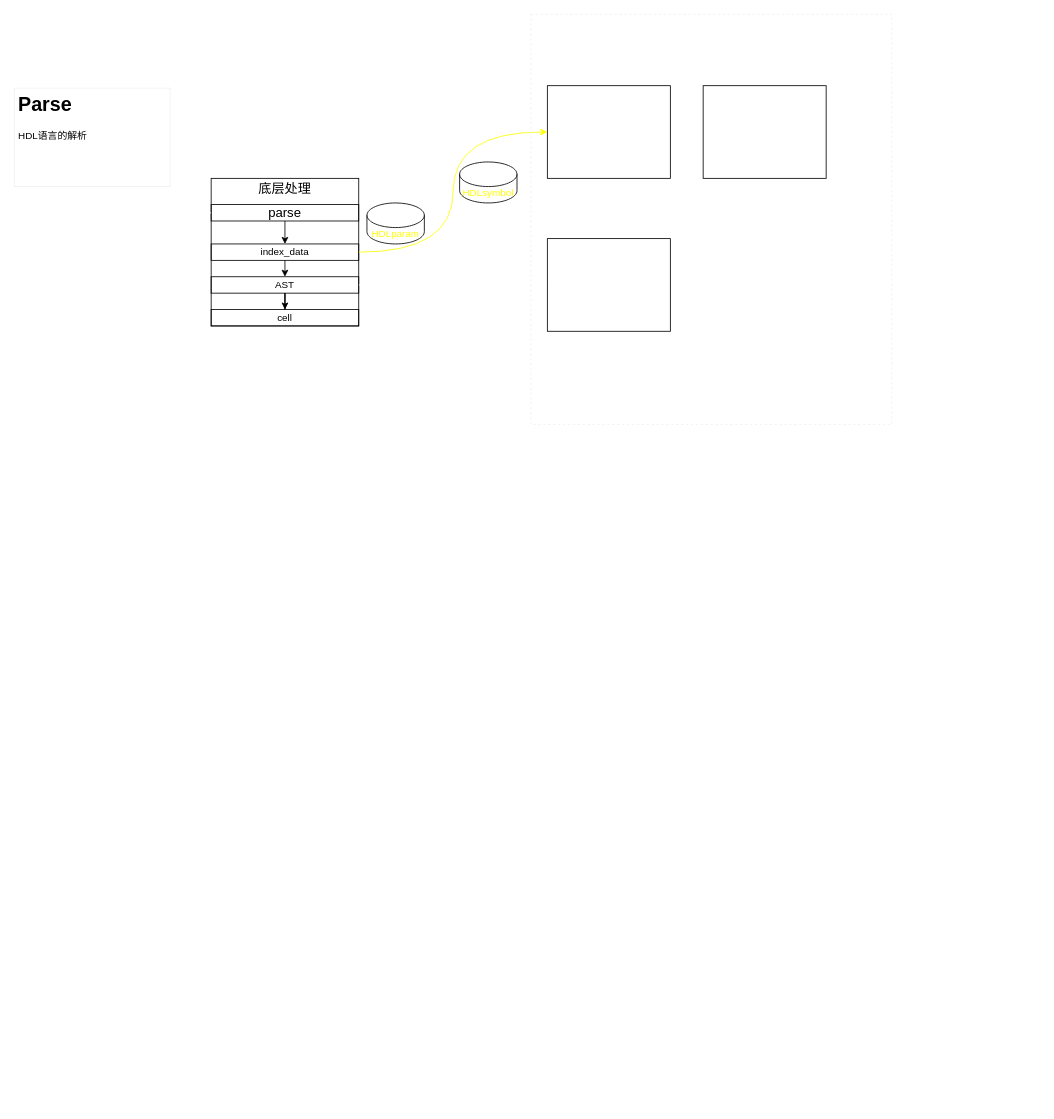
This is page "理想框架" (2 of 2) of system.drawio from Nitcloud/Digital-IDE, a draw.io file, before an edit. Source tidied: cells renumbered, new cells numbered last; positions are measured from the earlier drawing's top-left corner, leaving out a move shared by most shapes. Both pictures are drawn from the tidied source at 82%, with x=0, y=0 at pixel (14, 14).
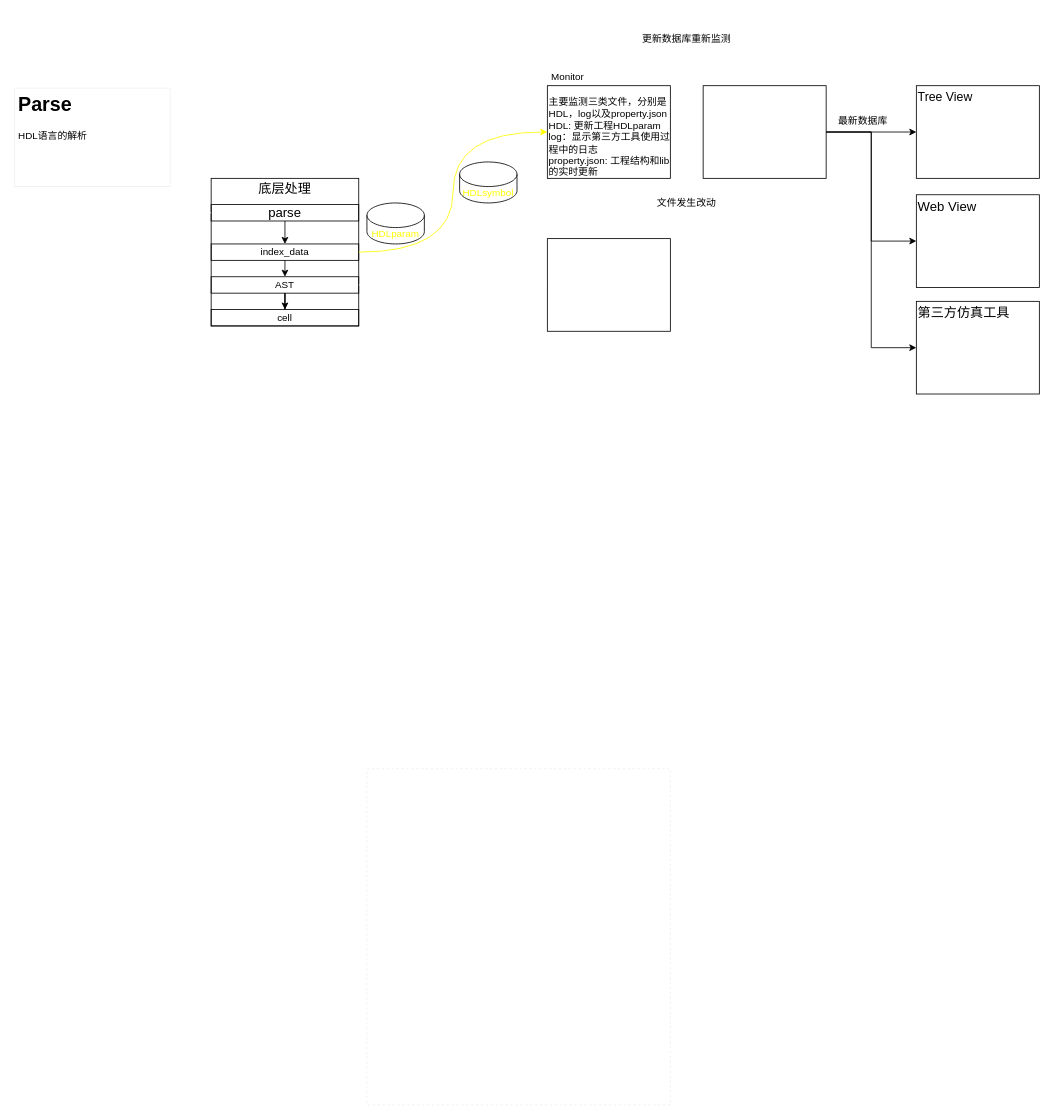
The same diagram, later.

The change refers to these unchanged cells:
```xml
<mxCell id="21" style="rounded=0;whiteSpace=wrap;html=1;fillColor=none;" parent="1" vertex="1">
  <mxGeometry x="840" y="87" width="150" height="113" as="geometry" />
</mxCell>
```

Diff of the diagram source:
```diff
@@
+    <mxCell id="24" style="edgeStyle=orthogonalEdgeStyle;rounded=0;jettySize=auto;html=1;exitX=1;exitY=0.5;exitDx=0;exitDy=0;" parent="1" edge="1" source="21" target="31">
+      <mxGeometry relative="1" as="geometry" />
+    </mxCell>
+    <mxCell id="25" style="edgeStyle=orthogonalEdgeStyle;rounded=0;jettySize=auto;html=1;exitX=1;exitY=0.5;exitDx=0;exitDy=0;entryX=0;entryY=0.5;entryDx=0;entryDy=0;" parent="1" edge="1" source="21" target="33">
+      <mxGeometry relative="1" as="geometry" />
+    </mxCell>
+    <mxCell id="26" style="edgeStyle=orthogonalEdgeStyle;rounded=0;jettySize=auto;html=1;exitX=1;exitY=0.5;exitDx=0;exitDy=0;entryX=0;entryY=0.5;entryDx=0;entryDy=0;" parent="1" edge="1" source="21" target="34">
+      <mxGeometry relative="1" as="geometry" />
+    </mxCell>
@@
     <mxCell id="23" style="rounded=0;whiteSpace=wrap;html=1;strokeColor=#f0f0f0;fillColor=none;dashed=1;" parent="1" vertex="1">
-      <mxGeometry x="630" width="440" height="500" as="geometry" />
+      <mxGeometry x="430" y="920" width="370" height="410" as="geometry" />
     </mxCell>
+    <mxCell id="27" value="文件发生改动" style="text;html=1;strokeColor=none;fillColor=none;align=center;verticalAlign=middle;whiteSpace=wrap;rounded=0;" parent="1" vertex="1">
+      <mxGeometry x="780" y="220" width="80" height="20" as="geometry" />
+    </mxCell>
+    <mxCell id="28" value="更新数据库重新监测" style="text;html=1;strokeColor=none;fillColor=none;align=center;verticalAlign=middle;whiteSpace=wrap;rounded=0;" parent="1" vertex="1">
+      <mxGeometry x="765" y="20" width="110" height="20" as="geometry" />
+    </mxCell>
+    <mxCell id="29" value="Monitor" style="text;html=1;strokeColor=none;fillColor=none;align=center;verticalAlign=middle;whiteSpace=wrap;rounded=0;" parent="1" vertex="1">
+      <mxGeometry x="650" y="67" width="50" height="20" as="geometry" />
+    </mxCell>
+    <mxCell id="30" value="主要监测三类文件，分别是HDL，log以及property.json&lt;br&gt;HDL: 更新工程HDLparam&lt;br&gt;log：显示第三方工具使用过程中的日志&lt;br&gt;property.json: 工程结构和lib的实时更新" style="text;html=1;strokeColor=none;fillColor=none;align=left;verticalAlign=middle;whiteSpace=wrap;rounded=0;" parent="1" vertex="1">
+      <mxGeometry x="650" y="100" width="150" height="100" as="geometry" />
+    </mxCell>
+    <mxCell id="31" value="&lt;font style=&quot;font-size: 15px&quot;&gt;Tree View&lt;/font&gt;&lt;br&gt;&lt;br&gt;&lt;br&gt;&lt;br&gt;&lt;br&gt;&lt;br&gt;&lt;br&gt;" style="rounded=0;whiteSpace=wrap;html=1;fillColor=none;align=left;" parent="1" vertex="1">
+      <mxGeometry x="1100" y="87" width="150" height="113" as="geometry" />
+    </mxCell>
+    <mxCell id="32" value="最新数据库" style="text;html=1;strokeColor=none;fillColor=none;align=center;verticalAlign=middle;whiteSpace=wrap;rounded=0;" parent="1" vertex="1">
+      <mxGeometry x="990" y="120" width="90" height="20" as="geometry" />
+    </mxCell>
+    <mxCell id="33" value="&lt;font style=&quot;font-size: 16px&quot;&gt;Web View&lt;/font&gt;&lt;br&gt;&lt;br&gt;&lt;br&gt;&lt;br&gt;&lt;br&gt;&lt;br&gt;&lt;br&gt;" style="rounded=0;whiteSpace=wrap;html=1;fillColor=none;align=left;" parent="1" vertex="1">
+      <mxGeometry x="1100" y="220" width="150" height="113" as="geometry" />
+    </mxCell>
+    <mxCell id="34" value="&lt;div&gt;&lt;span style=&quot;font-size: 16px&quot;&gt;第三方仿真工具&lt;/span&gt;&lt;/div&gt;&lt;br&gt;&lt;br&gt;&lt;br&gt;&lt;br&gt;&lt;br&gt;&lt;br&gt;" style="rounded=0;whiteSpace=wrap;html=1;fillColor=none;align=left;" parent="1" vertex="1">
+      <mxGeometry x="1100" y="350" width="150" height="113" as="geometry" />
+    </mxCell>
```
